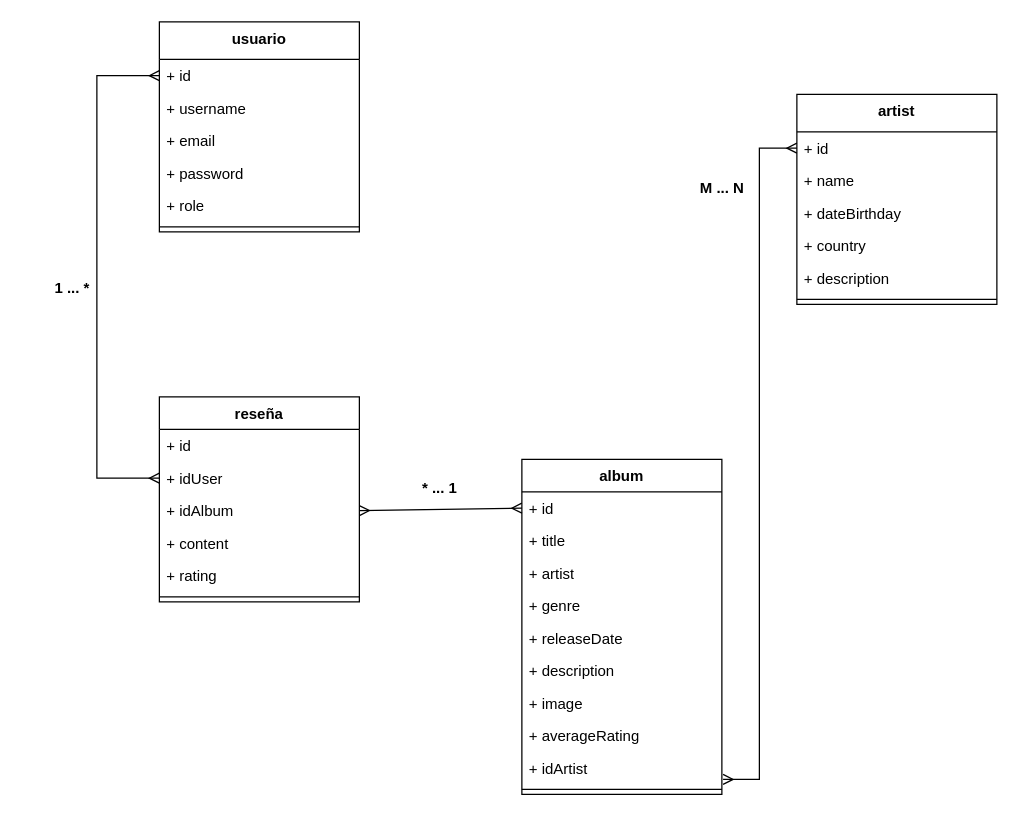
The draw.io diagram docs/MODELO_DE_DOMINIO.drawio in TPI-TUP/VinyLog, before the edit. Source tidied: cells renumbered, new cells numbered last; positions are measured from the earlier drawing's top-left corner, leaving out a move shared by most shapes. Both pictures are drawn from the tidied source at 125%, with x=0, y=0 at pixel (21, 21).
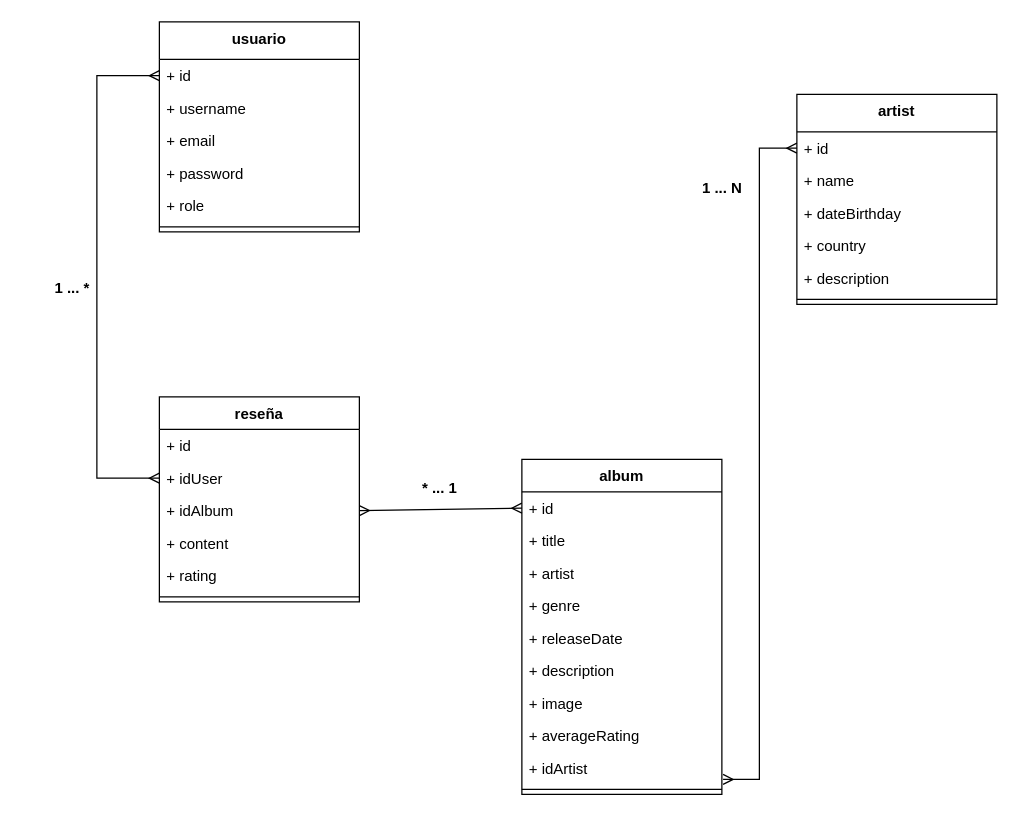
The same page after the edit.

Diff of the diagram source:
```diff
@@
-    <mxCell id="39" value="M ... N" style="text;align=center;fontStyle=1;verticalAlign=middle;spacingLeft=3;spacingRight=3;strokeColor=none;html=1;" parent="1" vertex="1">
+    <mxCell id="39" value="1 ... N" style="text;align=center;fontStyle=1;verticalAlign=middle;spacingLeft=3;spacingRight=3;strokeColor=none;html=1;" parent="1" vertex="1">
       <mxGeometry x="520" y="120" width="80" height="26" as="geometry" />
     </mxCell>
```
